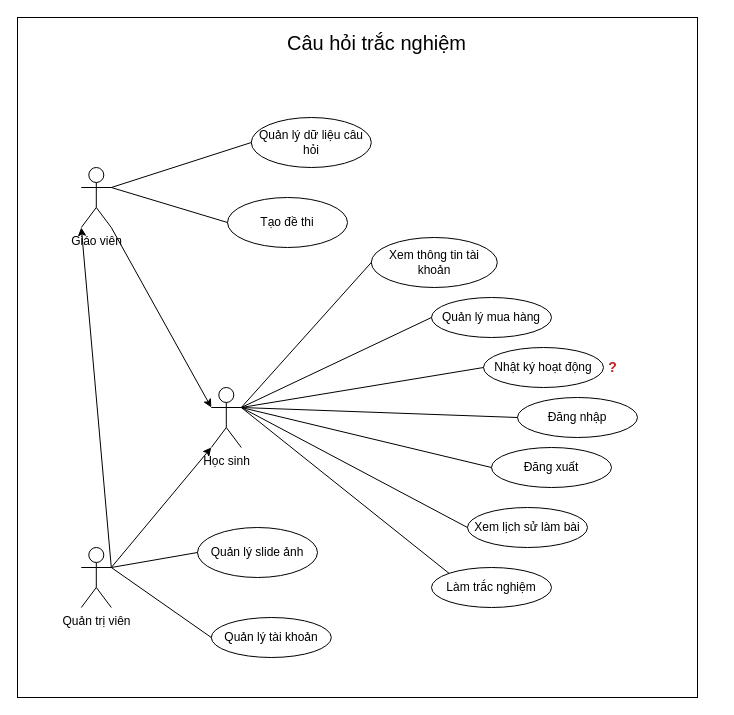
This is page "Sơ đồ use case tổng quát" (1 of 6) of report/lvtn.drawio from HaiAz/QuizQuestions, a draw.io file, before an edit. Source tidied: cells renumbered, new cells numbered last; positions are measured from the earlier drawing's top-left corner, leaving out a move shared by most shapes. Both pictures are drawn from the tidied source at 100%, with x=0, y=0 at pixel (17, 17).
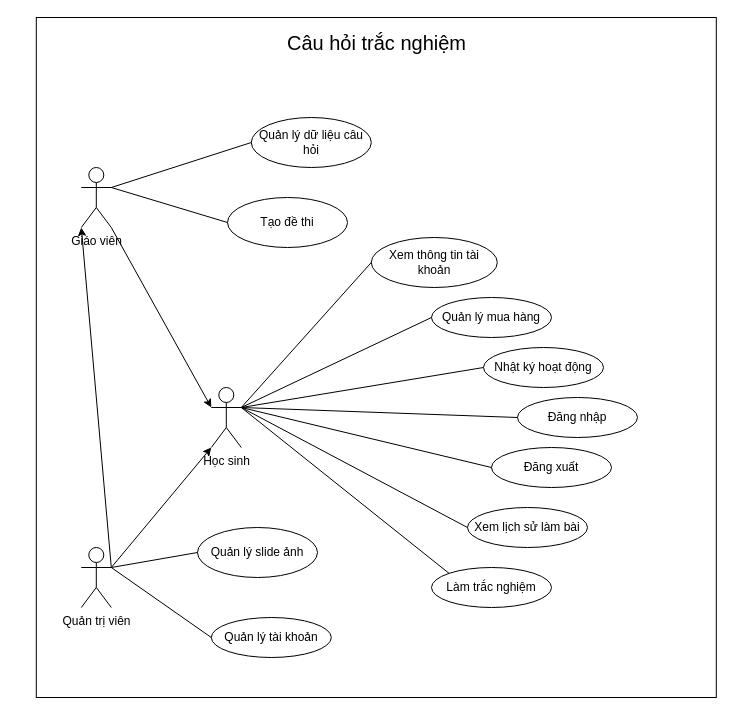
After the change.

The edit, as a diff of the source:
```diff
@@
     <mxCell id="2" style="whiteSpace=wrap;html=1;fillColor=none;rounded=0;" parent="1" vertex="1">
-      <mxGeometry width="680" height="680" as="geometry" />
+      <mxGeometry x="18.8" width="680" height="680" as="geometry" />
     </mxCell>
@@
-    <mxCell id="32" value="?" style="text;html=1;align=center;verticalAlign=middle;strokeColor=none;fillColor=none;fontStyle=1;fontSize=14;fontColor=#c42121;" parent="1" vertex="1">
-      <mxGeometry x="580" y="335" width="30" height="30" as="geometry" />
-    </mxCell>
```
